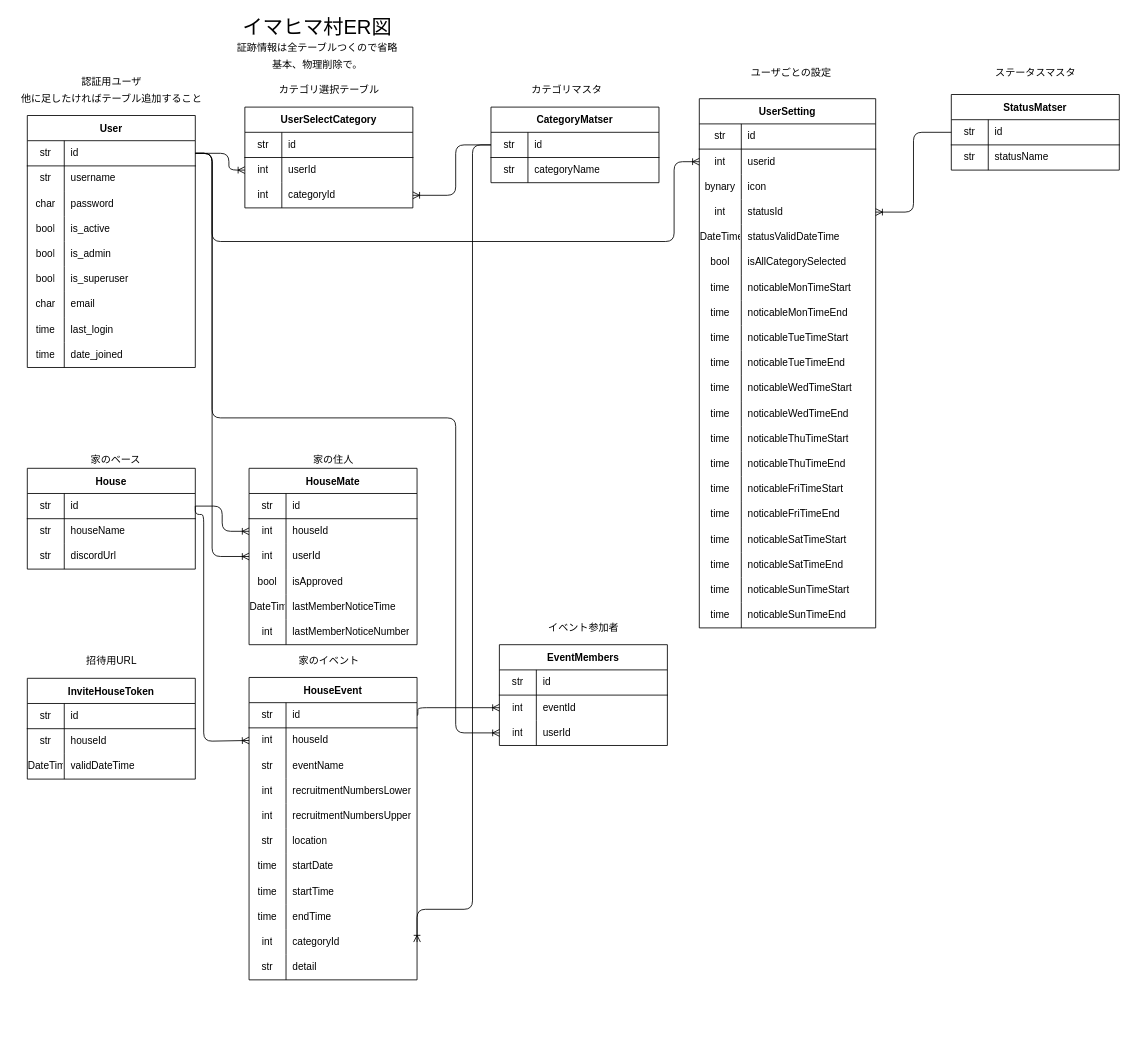
The draw.io diagram server/imahima_mura/ER.drawio in jafady/imahima_mura, before the edit. Source tidied: cells renumbered, new cells numbered last; positions are measured from the earlier drawing's top-left corner, leaving out a move shared by most shapes. Both pictures are drawn from the tidied source at 84%, with x=0, y=0 at pixel (14, 14).
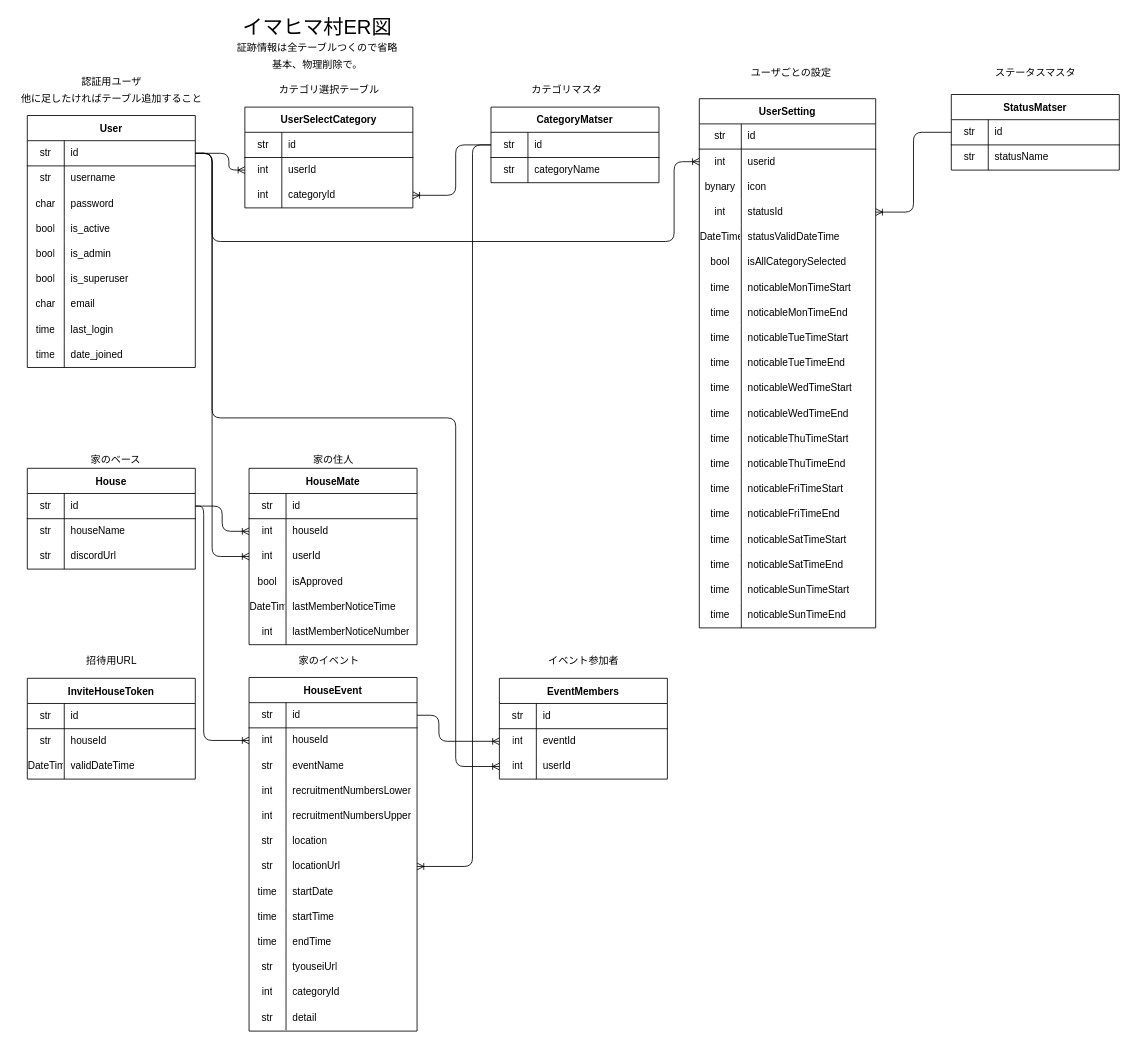
The same diagram, later.

The change refers to these unchanged cells:
```xml
<mxCell id="3" style="shape=partialRectangle;html=1;whiteSpace=wrap;fillColor=none;top=0;left=0;bottom=1;right=0;points=[[0,0.5],[1,0.5]];portConstraint=eastwest;" parent="2" vertex="1">
  <mxGeometry y="30" width="200" height="30" as="geometry" />
</mxCell>
<mxCell id="115" style="shape=partialRectangle;html=1;whiteSpace=wrap;fillColor=none;top=0;left=0;bottom=1;right=0;points=[[0,0.5],[1,0.5]];portConstraint=eastwest;" parent="114" vertex="1">
  <mxGeometry y="30" width="200" height="30" as="geometry" />
</mxCell>
<mxCell id="127" style="shape=partialRectangle;html=1;whiteSpace=wrap;fillColor=none;top=0;left=0;bottom=1;right=0;points=[[0,0.5],[1,0.5]];portConstraint=eastwest;" parent="126" vertex="1">
  <mxGeometry y="30" width="200" height="30" as="geometry" />
</mxCell>
<mxCell id="162" style="shape=partialRectangle;html=1;whiteSpace=wrap;fillColor=none;top=0;left=0;bottom=1;right=0;points=[[0,0.5],[1,0.5]];portConstraint=eastwest;" parent="161" vertex="1">
  <mxGeometry y="30" width="200" height="30" as="geometry" />
</mxCell>
<mxCell id="165" style="shape=partialRectangle;html=1;whiteSpace=wrap;fillColor=none;top=0;left=0;bottom=0;right=0;points=[[0,0.5],[1,0.5]];portConstraint=eastwest;" parent="161" vertex="1">
  <mxGeometry y="60" width="200" height="30" as="geometry" />
</mxCell>
<mxCell id="201" style="shape=partialRectangle;html=1;whiteSpace=wrap;fillColor=none;top=0;left=0;bottom=0;right=0;points=[[0,0.5],[1,0.5]];portConstraint=eastwest;" parent="197" vertex="1">
  <mxGeometry y="60" width="200" height="30" as="geometry" />
</mxCell>
<mxCell id="204" style="shape=partialRectangle;html=1;whiteSpace=wrap;fillColor=none;top=0;left=0;bottom=0;right=0;points=[[0,0.5],[1,0.5]];portConstraint=eastwest;" parent="197" vertex="1">
  <mxGeometry y="90" width="200" height="30" as="geometry" />
</mxCell>
```

Diff of the diagram source:
```diff
@@
     <mxCell id="161" value="HouseEvent" style="shape=table;startSize=30;childLayout=tableLayout;rowLines=0;fontStyle=1;align=center;" parent="1" vertex="1">
-      <mxGeometry x="279" y="789" width="200" height="360" as="geometry" />
+      <mxGeometry x="279" y="789" width="200" height="421" as="geometry" />
     </mxCell>
@@
+    <mxCell id="222" style="shape=partialRectangle;html=1;whiteSpace=wrap;fillColor=none;top=0;left=0;bottom=0;right=0;points=[[0,0.5],[1,0.5]];portConstraint=eastwest;" parent="161" vertex="1">
+      <mxGeometry y="210" width="200" height="30" as="geometry" />
+    </mxCell>
+    <mxCell id="223" value="str" style="shape=partialRectangle;html=1;whiteSpace=wrap;fillColor=none;top=0;left=0;bottom=0;right=0;overflow=hidden;" parent="222" vertex="1">
+      <mxGeometry width="44" height="30" as="geometry" />
+    </mxCell>
+    <mxCell id="224" value="locationUrl" style="shape=partialRectangle;html=1;whiteSpace=wrap;fillColor=none;top=0;left=0;bottom=0;right=0;align=left;spacingLeft=6;overflow=hidden;" parent="222" vertex="1">
+      <mxGeometry x="44" width="156" height="30" as="geometry" />
+    </mxCell>
     <mxCell id="180" style="shape=partialRectangle;html=1;whiteSpace=wrap;fillColor=none;top=0;left=0;bottom=0;right=0;" parent="161" vertex="1">
-      <mxGeometry y="210" width="200" height="30" as="geometry" />
+      <mxGeometry y="240" width="200" height="30" as="geometry" />
     </mxCell>
@@
     <mxCell id="183" style="shape=partialRectangle;html=1;whiteSpace=wrap;fillColor=none;top=0;left=0;bottom=0;right=0;" parent="161" vertex="1">
-      <mxGeometry y="240" width="200" height="30" as="geometry" />
+      <mxGeometry y="270" width="200" height="30" as="geometry" />
     </mxCell>
@@
     <mxCell id="186" style="shape=partialRectangle;html=1;whiteSpace=wrap;fillColor=none;top=0;left=0;bottom=0;right=0;" parent="161" vertex="1">
-      <mxGeometry y="270" width="200" height="30" as="geometry" />
+      <mxGeometry y="300" width="200" height="30" as="geometry" />
     </mxCell>
@@
+    <mxCell id="225" style="shape=partialRectangle;html=1;whiteSpace=wrap;fillColor=none;top=0;left=0;bottom=0;right=0;" parent="161" vertex="1">
+      <mxGeometry y="330" width="200" height="30" as="geometry" />
+    </mxCell>
+    <mxCell id="226" value="str" style="shape=partialRectangle;html=1;whiteSpace=wrap;fillColor=none;top=0;left=0;bottom=0;right=0;overflow=hidden;" parent="225" vertex="1">
+      <mxGeometry width="44" height="30" as="geometry" />
+    </mxCell>
+    <mxCell id="227" value="tyouseiUrl" style="shape=partialRectangle;html=1;whiteSpace=wrap;fillColor=none;top=0;left=0;bottom=0;right=0;align=left;spacingLeft=6;overflow=hidden;" parent="225" vertex="1">
+      <mxGeometry x="44" width="156" height="30" as="geometry" />
+    </mxCell>
     <mxCell id="189" style="shape=partialRectangle;html=1;whiteSpace=wrap;fillColor=none;top=0;left=0;bottom=0;right=0;points=[[0,0.5],[1,0.5]];portConstraint=eastwest;" parent="161" vertex="1">
-      <mxGeometry y="300" width="200" height="30" as="geometry" />
+      <mxGeometry y="360" width="200" height="30" as="geometry" />
     </mxCell>
@@
     <mxCell id="192" style="shape=partialRectangle;html=1;whiteSpace=wrap;fillColor=none;top=0;left=0;bottom=0;right=0;" parent="161" vertex="1">
-      <mxGeometry y="330" width="200" height="30" as="geometry" />
+      <mxGeometry y="390" width="200" height="30" as="geometry" />
     </mxCell>
@@
     <mxCell id="195" style="edgeStyle=orthogonalEdgeStyle;html=1;exitX=1;exitY=0.5;exitDx=0;exitDy=0;entryX=0;entryY=0.5;entryDx=0;entryDy=0;fontSize=24;endArrow=ERoneToMany;endFill=0;" parent="1" edge="1" source="127" target="165">
       <mxGeometry relative="1" as="geometry">
         <Array as="points">
-          <mxPoint x="225" y="595" />
-          <mxPoint x="225" y="865" />
+          <mxPoint x="225" y="585" />
+          <mxPoint x="225" y="864" />
         </Array>
       </mxGeometry>
     </mxCell>
-    <mxCell id="196" style="edgeStyle=orthogonalEdgeStyle;html=1;exitX=0;exitY=0.5;exitDx=0;exitDy=0;entryX=1;entryY=0.5;entryDx=0;entryDy=0;fontSize=24;endArrow=ERoneToMany;endFill=0;" parent="1" edge="1" source="115" target="189">
+    <mxCell id="196" style="edgeStyle=orthogonalEdgeStyle;html=1;exitX=0;exitY=0.5;exitDx=0;exitDy=0;fontSize=24;endArrow=ERoneToMany;endFill=0;entryX=1;entryY=0.5;entryDx=0;entryDy=0;" parent="1" edge="1" source="115" target="222">
       <mxGeometry relative="1" as="geometry">
         <Array as="points">
           <mxPoint x="545" y="155" />
-          <mxPoint x="545" y="1065" />
+          <mxPoint x="545" y="1014" />
         </Array>
       </mxGeometry>
     </mxCell>
     <mxCell id="197" value="EventMembers" style="shape=table;startSize=30;childLayout=tableLayout;rowLines=0;fontStyle=1;align=center;" parent="1" vertex="1">
-      <mxGeometry x="577" y="750" width="200" height="120" as="geometry" />
+      <mxGeometry x="577" y="790" width="200" height="120" as="geometry" />
     </mxCell>
@@
     <mxCell id="207" value="イベント参加者" style="text;html=1;align=center;verticalAlign=middle;strokeColor=none;" parent="1" vertex="1">
-      <mxGeometry x="627" y="720" width="100" height="20" as="geometry" />
+      <mxGeometry x="627" y="760" width="100" height="20" as="geometry" />
     </mxCell>
     <mxCell id="208" style="edgeStyle=orthogonalEdgeStyle;html=1;exitX=1;exitY=0.5;exitDx=0;exitDy=0;entryX=0;entryY=0.5;entryDx=0;entryDy=0;fontSize=24;endArrow=ERoneToMany;endFill=0;" parent="1" edge="1" source="3" target="204">
       <mxGeometry relative="1" as="geometry">
         <Array as="points">
           <mxPoint x="235" y="165" />
           <mxPoint x="235" y="480" />
           <mxPoint x="525" y="480" />
-          <mxPoint x="525" y="855" />
+          <mxPoint x="525" y="895" />
         </Array>
       </mxGeometry>
     </mxCell>
@@
     <mxCell id="210" style="edgeStyle=orthogonalEdgeStyle;html=1;exitX=1;exitY=0.5;exitDx=0;exitDy=0;entryX=0;entryY=0.5;entryDx=0;entryDy=0;endArrow=ERoneToMany;endFill=0;" parent="1" edge="1" source="162" target="201">
       <mxGeometry relative="1" as="geometry">
         <Array as="points">
-          <mxPoint x="480" y="825" />
+          <mxPoint x="505" y="834" />
+          <mxPoint x="505" y="865" />
         </Array>
       </mxGeometry>
     </mxCell>
```
